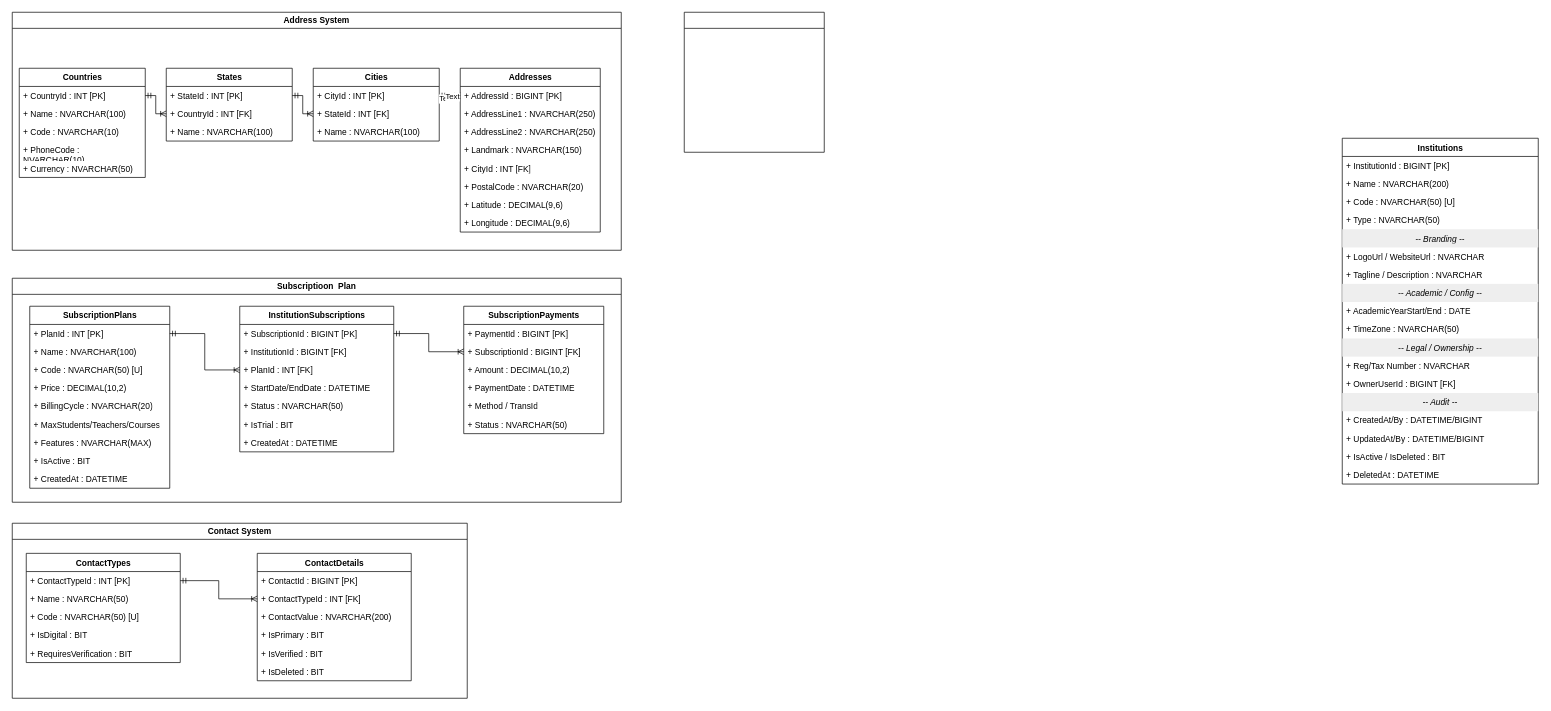
parthao/DataBaseFiles keeps this draw.io diagram as Codenexa EduCore.drawio. Above is the earlier version. Source tidied: cells renumbered, new cells numbered last; positions are measured from the earlier drawing's top-left corner, leaving out a move shared by most shapes. Both pictures are drawn from the tidied source at 70%, with x=0, y=0 at pixel (12, 12).
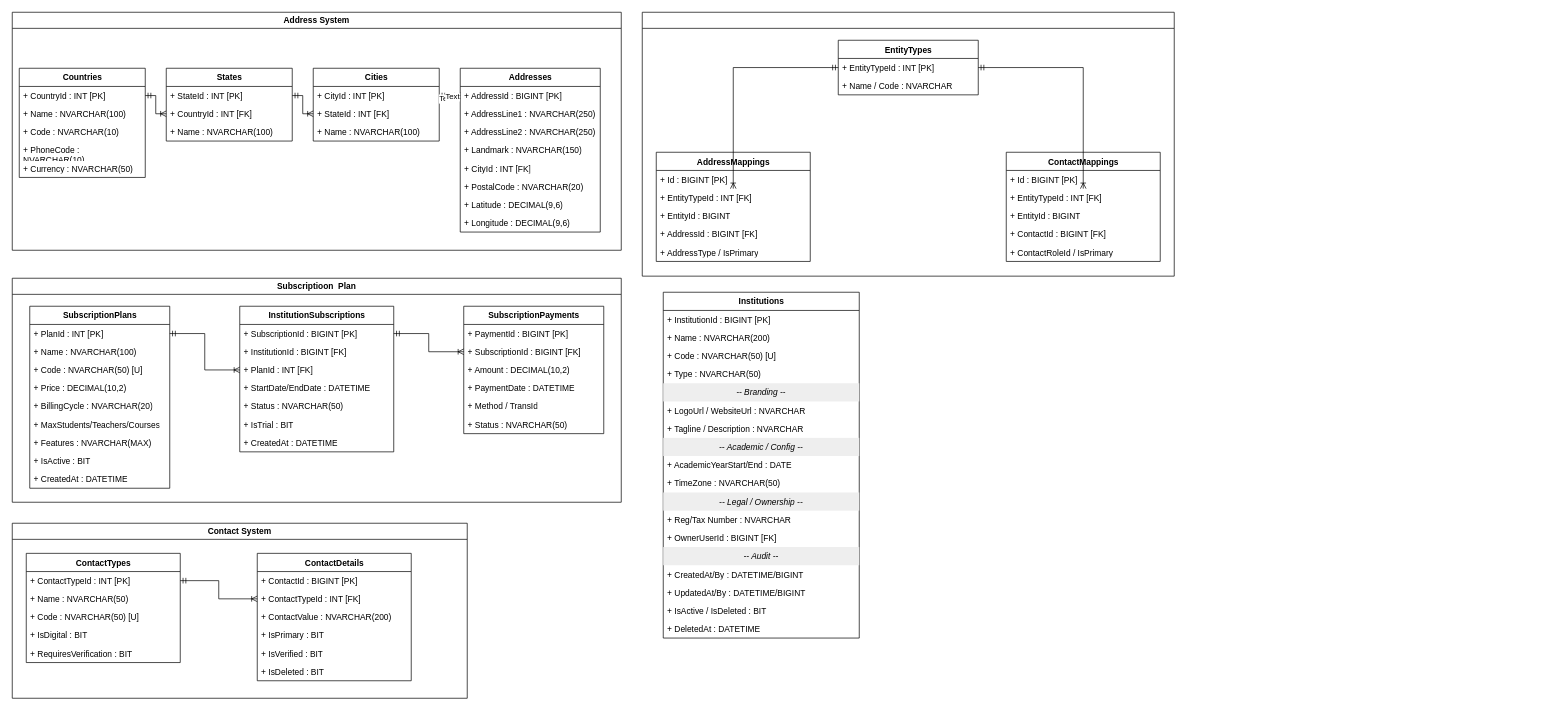
The same page after the edit.

Commit message:
entity and contact

The edit, as a diff of the source:
```diff
@@
     <mxCell id="74" value="Institutions" style="swimlane;fontStyle=1;align=center;verticalAlign=top;horizontal=1;startSize=26;resizeLastChild=0;html=1;" parent="1" vertex="1">
-      <mxGeometry x="1900" y="180" width="280" height="494" as="geometry" />
+      <mxGeometry x="930" y="400" width="280" height="494" as="geometry" />
     </mxCell>
@@
     <mxCell id="93" style="swimlane;whiteSpace=wrap;html=1;" parent="1" vertex="1">
-      <mxGeometry x="960" width="200" height="200" as="geometry" />
+      <mxGeometry x="900" width="760" height="377" as="geometry" />
     </mxCell>
+    <mxCell id="94" value="EntityTypes" style="swimlane;fontStyle=1;align=center;verticalAlign=top;horizontal=1;startSize=26;resizeLastChild=0;html=1;" parent="93" vertex="1">
+      <mxGeometry x="280" y="40" width="200" height="78" as="geometry" />
+    </mxCell>
+    <mxCell id="95" value="+ EntityTypeId : INT [PK]" style="text;strokeColor=none;fillColor=none;align=left;verticalAlign=top;spacingLeft=4;spacingRight=4;overflow=hidden;points=[[0,0.5],[1,0.5]];portConstraint=eastwest;whiteSpace=wrap;html=1;" parent="94" vertex="1">
+      <mxGeometry y="26" width="200" height="26" as="geometry" />
+    </mxCell>
+    <mxCell id="96" value="+ Name / Code : NVARCHAR" style="text;strokeColor=none;fillColor=none;align=left;verticalAlign=top;spacingLeft=4;spacingRight=4;overflow=hidden;whiteSpace=wrap;html=1;" parent="94" vertex="1">
+      <mxGeometry y="52" width="200" height="26" as="geometry" />
+    </mxCell>
+    <mxCell id="97" value="AddressMappings" style="swimlane;fontStyle=1;align=center;verticalAlign=top;horizontal=1;startSize=26;resizeLastChild=0;html=1;" parent="93" vertex="1">
+      <mxGeometry x="20" y="200" width="220" height="156" as="geometry" />
+    </mxCell>
+    <mxCell id="98" value="+ Id : BIGINT [PK]" style="text;strokeColor=none;fillColor=none;align=left;verticalAlign=top;spacingLeft=4;spacingRight=4;overflow=hidden;whiteSpace=wrap;html=1;" parent="97" vertex="1">
+      <mxGeometry y="26" width="220" height="26" as="geometry" />
+    </mxCell>
+    <mxCell id="99" value="+ EntityTypeId : INT [FK]" style="text;strokeColor=none;fillColor=none;align=left;verticalAlign=top;spacingLeft=4;spacingRight=4;overflow=hidden;points=[[0,0.5],[1,0.5]];portConstraint=eastwest;whiteSpace=wrap;html=1;" parent="97" vertex="1">
+      <mxGeometry y="52" width="220" height="26" as="geometry" />
+    </mxCell>
+    <mxCell id="100" value="+ EntityId : BIGINT" style="text;strokeColor=none;fillColor=none;align=left;verticalAlign=top;spacingLeft=4;spacingRight=4;overflow=hidden;whiteSpace=wrap;html=1;" parent="97" vertex="1">
+      <mxGeometry y="78" width="220" height="26" as="geometry" />
+    </mxCell>
+    <mxCell id="101" value="+ AddressId : BIGINT [FK]" style="text;strokeColor=none;fillColor=none;align=left;verticalAlign=top;spacingLeft=4;spacingRight=4;overflow=hidden;whiteSpace=wrap;html=1;" parent="97" vertex="1">
+      <mxGeometry y="104" width="220" height="26" as="geometry" />
+    </mxCell>
+    <mxCell id="102" value="+ AddressType / IsPrimary" style="text;strokeColor=none;fillColor=none;align=left;verticalAlign=top;spacingLeft=4;spacingRight=4;overflow=hidden;whiteSpace=wrap;html=1;" parent="97" vertex="1">
+      <mxGeometry y="130" width="220" height="26" as="geometry" />
+    </mxCell>
+    <mxCell id="103" value="ContactMappings" style="swimlane;fontStyle=1;align=center;verticalAlign=top;horizontal=1;startSize=26;resizeLastChild=0;html=1;" parent="93" vertex="1">
+      <mxGeometry x="520" y="200" width="220" height="156" as="geometry" />
+    </mxCell>
+    <mxCell id="104" value="+ Id : BIGINT [PK]" style="text;strokeColor=none;fillColor=none;align=left;verticalAlign=top;spacingLeft=4;spacingRight=4;overflow=hidden;whiteSpace=wrap;html=1;" parent="103" vertex="1">
+      <mxGeometry y="26" width="220" height="26" as="geometry" />
+    </mxCell>
+    <mxCell id="105" value="+ EntityTypeId : INT [FK]" style="text;strokeColor=none;fillColor=none;align=left;verticalAlign=top;spacingLeft=4;spacingRight=4;overflow=hidden;points=[[0,0.5],[1,0.5]];portConstraint=eastwest;whiteSpace=wrap;html=1;" parent="103" vertex="1">
+      <mxGeometry y="52" width="220" height="26" as="geometry" />
+    </mxCell>
+    <mxCell id="106" value="+ EntityId : BIGINT" style="text;strokeColor=none;fillColor=none;align=left;verticalAlign=top;spacingLeft=4;spacingRight=4;overflow=hidden;whiteSpace=wrap;html=1;" parent="103" vertex="1">
+      <mxGeometry y="78" width="220" height="26" as="geometry" />
+    </mxCell>
+    <mxCell id="107" value="+ ContactId : BIGINT [FK]" style="text;strokeColor=none;fillColor=none;align=left;verticalAlign=top;spacingLeft=4;spacingRight=4;overflow=hidden;whiteSpace=wrap;html=1;" parent="103" vertex="1">
+      <mxGeometry y="104" width="220" height="26" as="geometry" />
+    </mxCell>
+    <mxCell id="108" value="+ ContactRoleId / IsPrimary" style="text;strokeColor=none;fillColor=none;align=left;verticalAlign=top;spacingLeft=4;spacingRight=4;overflow=hidden;whiteSpace=wrap;html=1;" parent="103" vertex="1">
+      <mxGeometry y="130" width="220" height="26" as="geometry" />
+    </mxCell>
+    <mxCell id="109" style="edgeStyle=orthogonalEdgeStyle;fontSize=12;html=1;endArrow=ERoneToMany;startArrow=ERmandOne;rounded=0;exitX=0;exitY=0.5;exitDx=0;exitDy=0;entryX=0.5;entryY=0;entryDx=0;entryDy=0;" parent="93" edge="1" source="95" target="99">
+      <mxGeometry relative="1" as="geometry" />
+    </mxCell>
+    <mxCell id="110" style="edgeStyle=orthogonalEdgeStyle;fontSize=12;html=1;endArrow=ERoneToMany;startArrow=ERmandOne;rounded=0;exitX=1;exitY=0.5;exitDx=0;exitDy=0;entryX=0.5;entryY=0;entryDx=0;entryDy=0;" parent="93" edge="1" source="95" target="105">
+      <mxGeometry relative="1" as="geometry" />
+    </mxCell>
```
